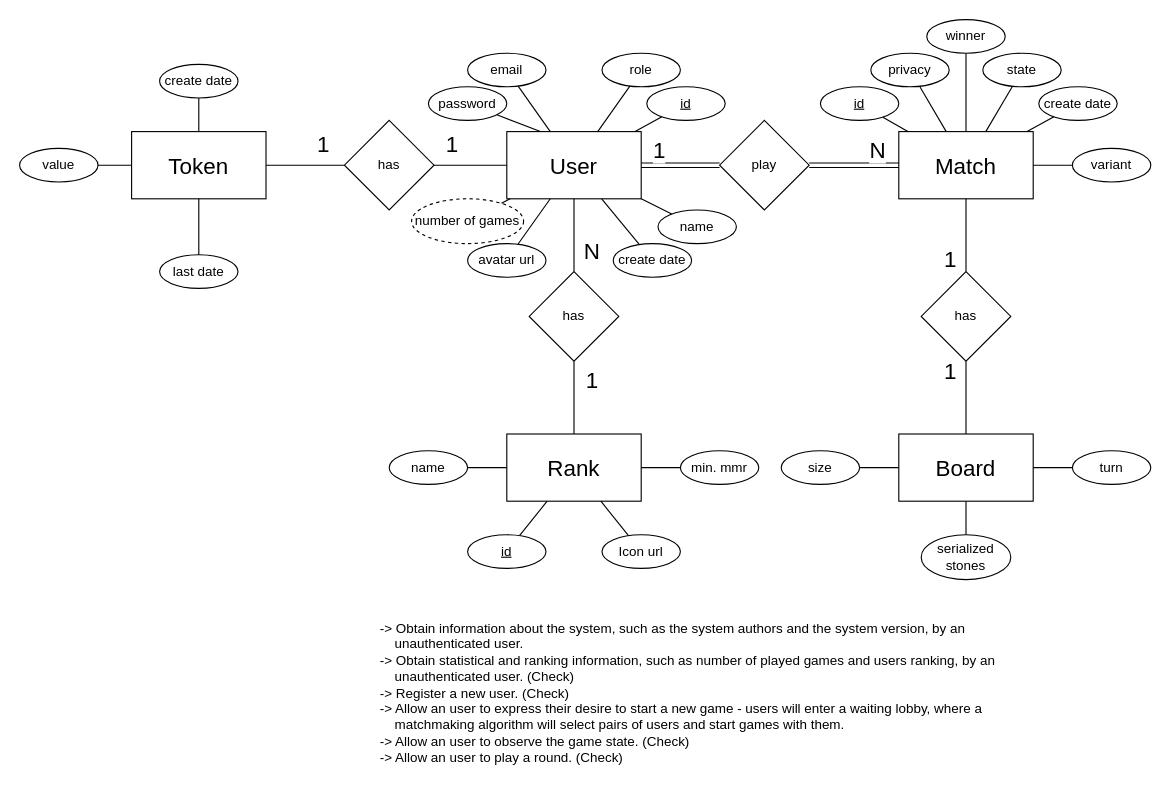
The draw.io diagram code/jvm/docs/diagrams/gomoku.drawio in AndreGraca3/Gomoku-Royale-web, before the edit. Source tidied: cells renumbered, new cells numbered last; positions are measured from the earlier drawing's top-left corner, leaving out a move shared by most shapes. Both pictures are drawn from the tidied source at 112%, with x=0, y=0 at pixel (19, 19).
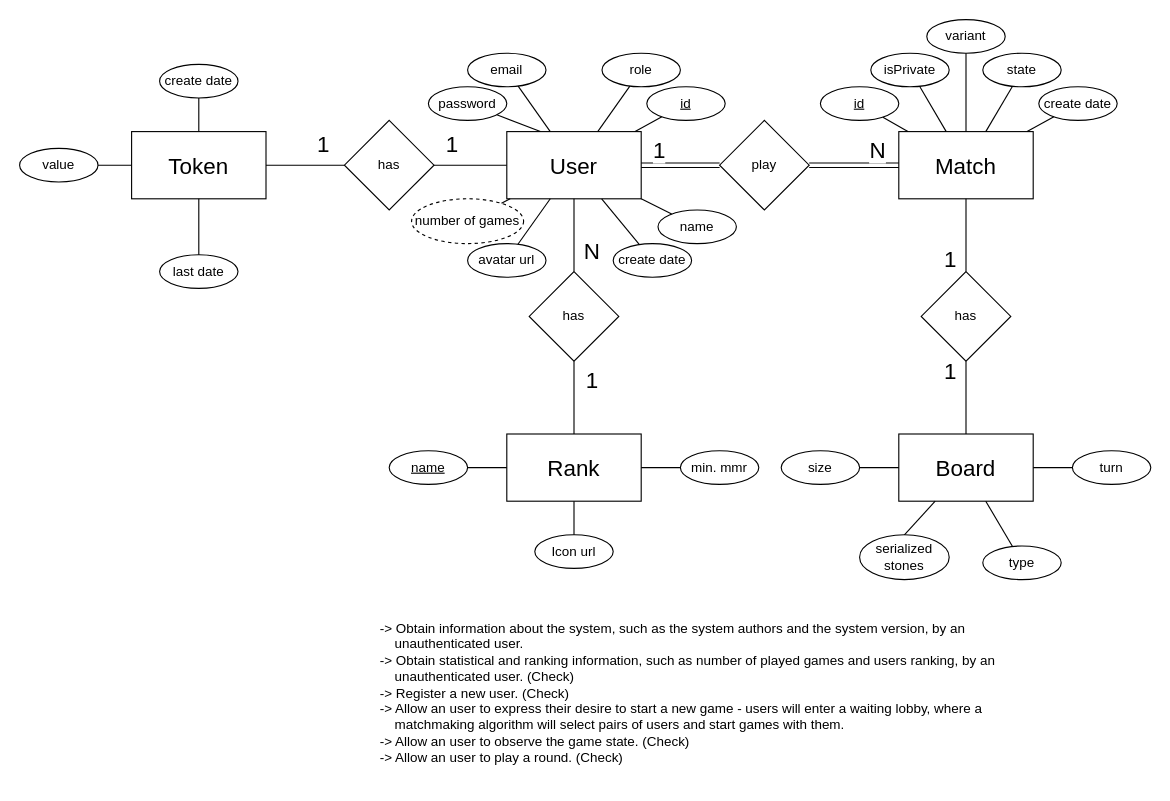
The same page after the edit.

Unchanged cells that the change refers to:
```xml
<mxCell id="3" value="&lt;span style=&quot;font-size: 20px;&quot;&gt;Match&lt;/span&gt;" style="rounded=0;whiteSpace=wrap;html=1;" parent="1" vertex="1">
  <mxGeometry x="785" y="100" width="120" height="60" as="geometry" />
</mxCell>
<mxCell id="32" value="&lt;font style=&quot;font-size: 20px;&quot;&gt;Rank&lt;/font&gt;" style="rounded=0;whiteSpace=wrap;html=1;" parent="1" vertex="1">
  <mxGeometry x="435" y="370" width="120" height="60" as="geometry" />
</mxCell>
<mxCell id="65" value="&lt;span style=&quot;font-size: 20px;&quot;&gt;Board&lt;br&gt;&lt;/span&gt;" style="rounded=0;whiteSpace=wrap;html=1;" parent="1" vertex="1">
  <mxGeometry x="785" y="370" width="120" height="60" as="geometry" />
</mxCell>
```

What changed in the source:
```diff
@@
-    <mxCell id="36" value="name" style="ellipse;whiteSpace=wrap;html=1;" parent="1" vertex="1">
+    <mxCell id="36" value="name" style="ellipse;whiteSpace=wrap;html=1;fontStyle=4;" parent="1" vertex="1">
       <mxGeometry x="330" y="385" width="70" height="30" as="geometry" />
     </mxCell>
-    <mxCell id="37" value="&lt;u&gt;id&lt;/u&gt;" style="ellipse;whiteSpace=wrap;html=1;" parent="1" vertex="1">
-      <mxGeometry x="400" y="460" width="70" height="30" as="geometry" />
-    </mxCell>
-    <mxCell id="38" style="endArrow=none;html=1;rounded=0;" parent="1" edge="1" source="37" target="32">
-      <mxGeometry relative="1" as="geometry" />
-    </mxCell>
     <mxCell id="39" value="Icon url" style="ellipse;whiteSpace=wrap;html=1;" parent="1" vertex="1">
-      <mxGeometry x="520" y="460" width="70" height="30" as="geometry" />
+      <mxGeometry x="460" y="460" width="70" height="30" as="geometry" />
     </mxCell>
@@
-    <mxCell id="54" value="privacy" style="ellipse;whiteSpace=wrap;html=1;fontStyle=0;" parent="1" vertex="1">
+    <mxCell id="54" value="isPrivate" style="ellipse;whiteSpace=wrap;html=1;fontStyle=0;" parent="1" vertex="1">
       <mxGeometry x="760" y="30" width="70" height="30" as="geometry" />
     </mxCell>
@@
     <mxCell id="68" value="variant" style="ellipse;whiteSpace=wrap;html=1;" parent="1" vertex="1">
-      <mxGeometry x="940" y="115" width="70" height="30" as="geometry" />
+      <mxGeometry x="810" width="70" height="30" as="geometry" />
     </mxCell>
@@
     <mxCell id="70" value="serialized stones" style="ellipse;whiteSpace=wrap;html=1;" parent="1" vertex="1">
-      <mxGeometry x="805" y="460" width="80" height="40" as="geometry" />
+      <mxGeometry x="750" y="460" width="80" height="40" as="geometry" />
     </mxCell>
-    <mxCell id="71" style="endArrow=none;html=1;rounded=0;exitX=0.5;exitY=0;exitDx=0;exitDy=0;entryX=0.5;entryY=1;entryDx=0;entryDy=0;" parent="1" edge="1" source="70" target="65">
+    <mxCell id="71" style="endArrow=none;html=1;rounded=0;exitX=0.5;exitY=0;exitDx=0;exitDy=0;" parent="1" edge="1" source="70" target="65">
       <mxGeometry relative="1" as="geometry" />
     </mxCell>
@@
-    <mxCell id="74" value="winner" style="ellipse;whiteSpace=wrap;html=1;fontStyle=0;" parent="1" vertex="1">
-      <mxGeometry x="810" width="70" height="30" as="geometry" />
-    </mxCell>
-    <mxCell id="75" style="endArrow=none;html=1;rounded=0;exitX=0.5;exitY=0;exitDx=0;exitDy=0;" parent="1" edge="1" source="3" target="74">
-      <mxGeometry relative="1" as="geometry" />
-    </mxCell>
+    <mxCell id="76" value="type" style="ellipse;whiteSpace=wrap;html=1;" parent="1" vertex="1">
+      <mxGeometry x="860" y="470" width="70" height="30" as="geometry" />
+    </mxCell>
+    <mxCell id="77" style="endArrow=none;html=1;rounded=0;" parent="1" edge="1" source="76" target="65">
+      <mxGeometry relative="1" as="geometry" />
+    </mxCell>
```
